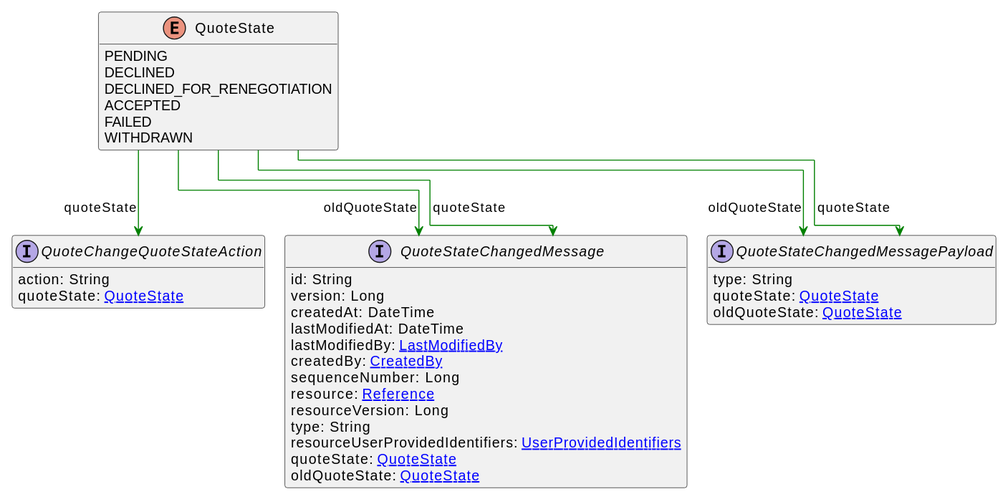
This is uml/api/svg/QuoteState.svg from commercetools/commercetools-api-reference, a PlantUML export, as it was before one commit. Its diagram source:
```plantuml
@startuml
!pragma layout elk
hide methods
enum QuoteState {
    PENDING
    DECLINED
    DECLINED_FOR_RENEGOTIATION
    ACCEPTED
    FAILED
    WITHDRAWN
}
interface QuoteStateChangedMessage [[QuoteStateChangedMessage.svg]]  {
    id: String
    version: Long
    createdAt: DateTime
    lastModifiedAt: DateTime
    lastModifiedBy: [[LastModifiedBy.svg LastModifiedBy]]
    createdBy: [[CreatedBy.svg CreatedBy]]
    sequenceNumber: Long
    resource: [[Reference.svg Reference]]
    resourceVersion: Long
    type: String
    resourceUserProvidedIdentifiers: [[UserProvidedIdentifiers.svg UserProvidedIdentifiers]]
    quoteState: [[QuoteState.svg QuoteState]]
    oldQuoteState: [[QuoteState.svg QuoteState]]
}
interface QuoteStateChangedMessagePayload [[QuoteStateChangedMessagePayload.svg]]  {
    type: String
    quoteState: [[QuoteState.svg QuoteState]]
    oldQuoteState: [[QuoteState.svg QuoteState]]
}
interface QuoteChangeQuoteStateAction [[QuoteChangeQuoteStateAction.svg]]  {
    action: String
    quoteState: [[QuoteState.svg QuoteState]]
}
QuoteState --> QuoteStateChangedMessage #green;text:green : "quoteState"
QuoteState --> QuoteStateChangedMessage #green;text:green : "oldQuoteState"
QuoteState --> QuoteStateChangedMessagePayload #green;text:green : "quoteState"
QuoteState --> QuoteStateChangedMessagePayload #green;text:green : "oldQuoteState"
QuoteState --> QuoteChangeQuoteStateAction #green;text:green : "quoteState"
@enduml
```
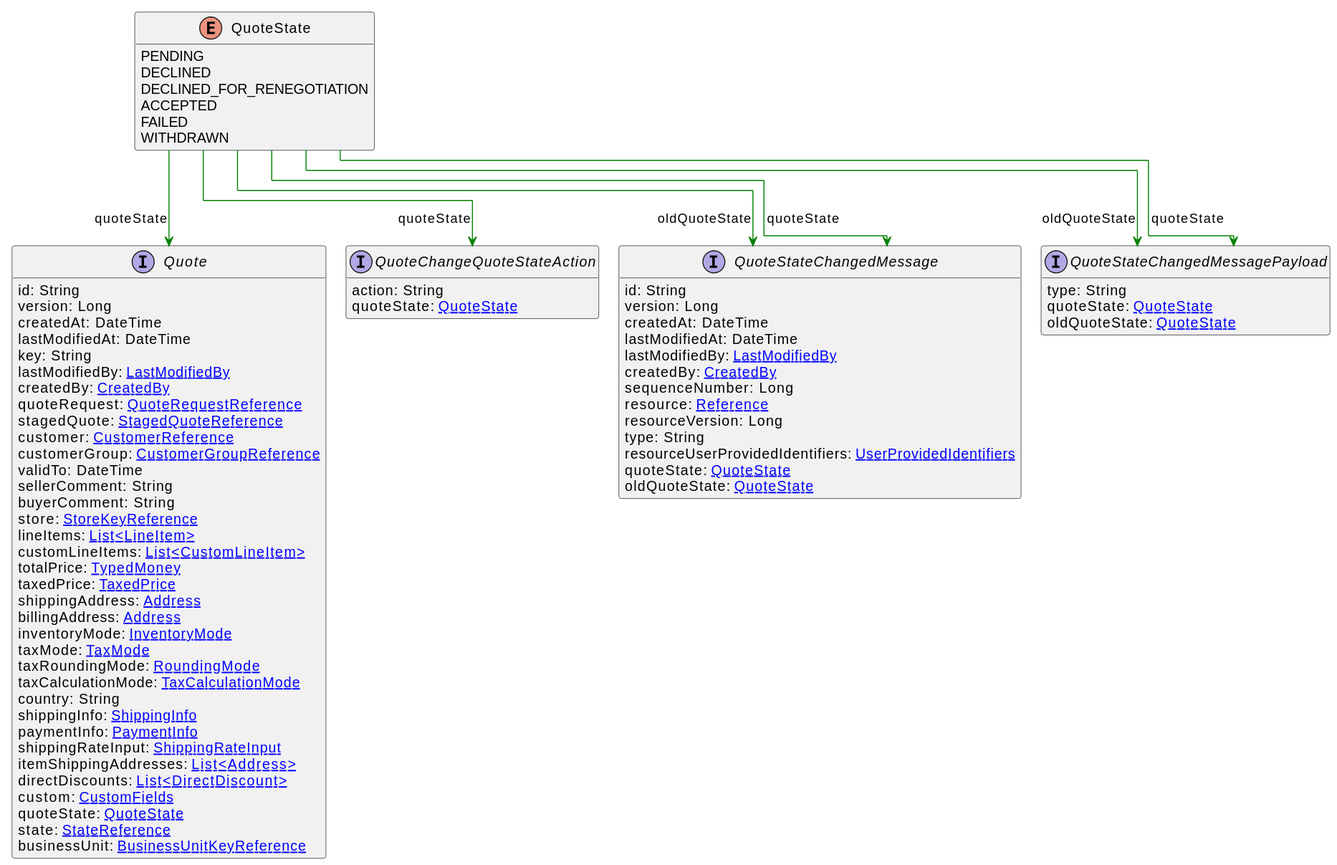
The same file after the commit.

What changed in the source:
```diff
@@ -29,6 +29,43 @@
     quoteState: [[QuoteState.svg QuoteState]]
     oldQuoteState: [[QuoteState.svg QuoteState]]
 }
+interface Quote [[Quote.svg]]  {
+    id: String
+    version: Long
+    createdAt: DateTime
+    lastModifiedAt: DateTime
+    key: String
+    lastModifiedBy: [[LastModifiedBy.svg LastModifiedBy]]
+    createdBy: [[CreatedBy.svg CreatedBy]]
+    quoteRequest: [[QuoteRequestReference.svg QuoteRequestReference]]
+    stagedQuote: [[StagedQuoteReference.svg StagedQuoteReference]]
+    customer: [[CustomerReference.svg CustomerReference]]
+    customerGroup: [[CustomerGroupReference.svg CustomerGroupReference]]
+    validTo: DateTime
+    sellerComment: String
+    buyerComment: String
+    store: [[StoreKeyReference.svg StoreKeyReference]]
+    lineItems: [[LineItem.svg List<LineItem>]]
+    customLineItems: [[CustomLineItem.svg List<CustomLineItem>]]
+    totalPrice: [[TypedMoney.svg TypedMoney]]
+    taxedPrice: [[TaxedPrice.svg TaxedPrice]]
+    shippingAddress: [[Address.svg Address]]
+    billingAddress: [[Address.svg Address]]
+    inventoryMode: [[InventoryMode.svg InventoryMode]]
+    taxMode: [[TaxMode.svg TaxMode]]
+    taxRoundingMode: [[RoundingMode.svg RoundingMode]]
+    taxCalculationMode: [[TaxCalculationMode.svg TaxCalculationMode]]
+    country: String
+    shippingInfo: [[ShippingInfo.svg ShippingInfo]]
+    paymentInfo: [[PaymentInfo.svg PaymentInfo]]
+    shippingRateInput: [[ShippingRateInput.svg ShippingRateInput]]
+    itemShippingAddresses: [[Address.svg List<Address>]]
+    directDiscounts: [[DirectDiscount.svg List<DirectDiscount>]]
+    custom: [[CustomFields.svg CustomFields]]
+    quoteState: [[QuoteState.svg QuoteState]]
+    state: [[StateReference.svg StateReference]]
+    businessUnit: [[BusinessUnitKeyReference.svg BusinessUnitKeyReference]]
+}
 interface QuoteChangeQuoteStateAction [[QuoteChangeQuoteStateAction.svg]]  {
     action: String
     quoteState: [[QuoteState.svg QuoteState]]
@@ -37,5 +74,6 @@
 QuoteState --> QuoteStateChangedMessage #green;text:green : "oldQuoteState"
 QuoteState --> QuoteStateChangedMessagePayload #green;text:green : "quoteState"
 QuoteState --> QuoteStateChangedMessagePayload #green;text:green : "oldQuoteState"
+QuoteState --> Quote #green;text:green : "quoteState"
 QuoteState --> QuoteChangeQuoteStateAction #green;text:green : "quoteState"
 @enduml
```
